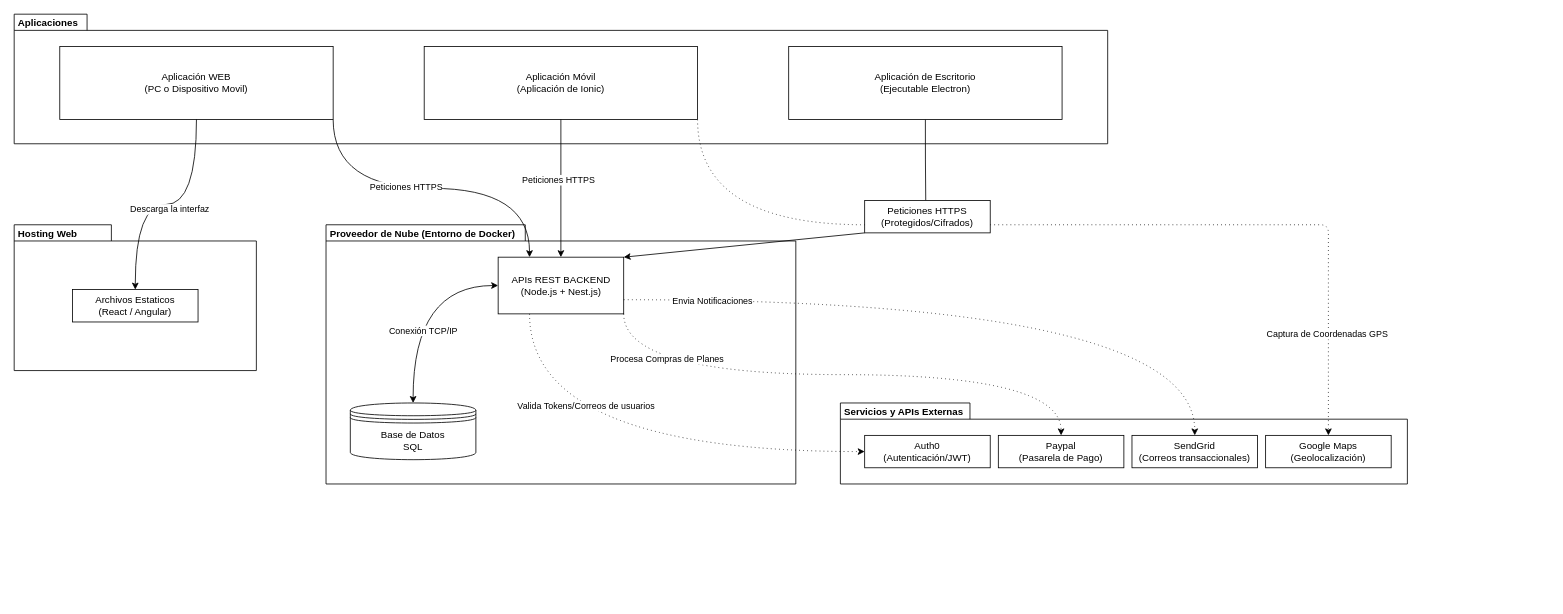
The draw.io diagram Fase 2/Evidencias Proyecto/Evidencias de documentación/4.3 Arquitectura/Diagrama de Arquitectura.drawio in Mtipla/EMRGEN, before the edit. Source tidied: cells renumbered, new cells numbered last; positions are measured from the earlier drawing's top-left corner, leaving out a move shared by most shapes. Both pictures are drawn from the tidied source at 81%, with x=0, y=0 at pixel (14, 14).
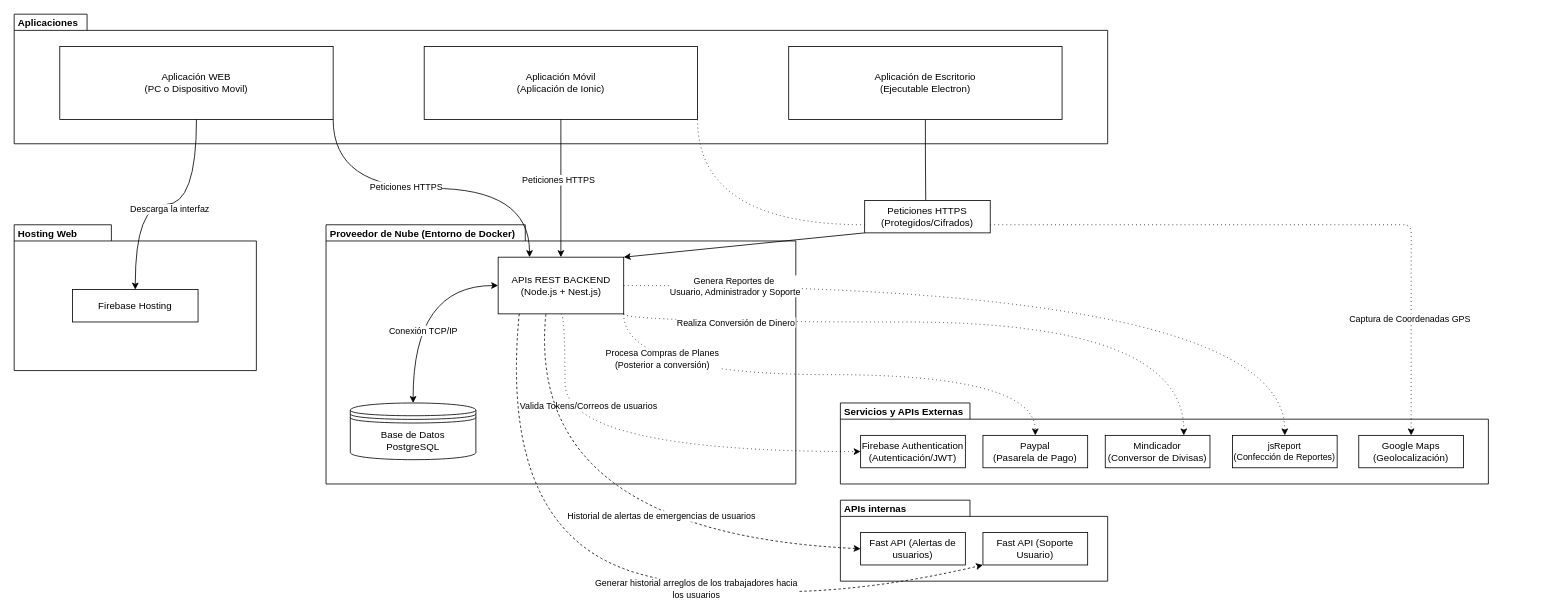
The same page after the edit.

The change refers to these unchanged cells:
```xml
<mxCell id="15" style="group;" parent="1" vertex="1">
  <mxGeometry x="385" y="260" width="580" height="320" as="geometry" />
</mxCell>
<mxCell id="19" value="APIs REST BACKEND&lt;br&gt;(Node.js + Nest.js)" style="html=1;whiteSpace=wrap;" parent="15" vertex="1">
  <mxGeometry x="212.5" y="40" width="155" height="70" as="geometry" />
</mxCell>
<mxCell id="34" style="edgeStyle=orthogonalEdgeStyle;rounded=0;jettySize=auto;html=1;exitX=1;exitY=1;exitDx=0;exitDy=0;entryX=0.5;entryY=0;entryDx=0;entryDy=0;curved=1;dashed=1;dashPattern=1 4;" parent="1" edge="1" source="19" target="6">
  <mxGeometry relative="1" as="geometry" />
</mxCell>
```

The edit, as a diff of the source:
```diff
@@
+    <mxCell id="39" value="APIs internas" style="shape=folder;fontStyle=1;spacingTop=-6;tabWidth=160;tabHeight=20;tabPosition=left;html=1;whiteSpace=wrap;verticalAlign=top;align=left;labelBackgroundColor=none;convertToSvg=0;svgWhiteSpace=wrap;spacing=5;spacingLeft=0;" parent="1" vertex="1">
+      <mxGeometry x="1020" y="600" width="330" height="100" as="geometry" />
+    </mxCell>
+    <mxCell id="40" value="Fast API (Alertas de usuarios)" style="html=1;whiteSpace=wrap;" parent="1" vertex="1">
+      <mxGeometry x="1045" y="640" width="129.3" height="40" as="geometry" />
+    </mxCell>
+    <mxCell id="41" value="Fast API (Soporte Usuario)" style="html=1;whiteSpace=wrap;" parent="1" vertex="1">
+      <mxGeometry x="1196" y="640" width="129.3" height="40" as="geometry" />
+    </mxCell>
@@
-    <mxCell id="3" style="group;" parent="1" vertex="1">
-      <mxGeometry x="1020" y="480" width="875" height="100" as="geometry" />
+    <mxCell id="3" style="group;fontSize=11;" parent="1" vertex="1">
+      <mxGeometry x="1020" y="480" width="800" height="100" as="geometry" />
     </mxCell>
     <mxCell id="4" value="Servicios y APIs Externas" style="shape=folder;fontStyle=1;spacingTop=-6;tabWidth=160;tabHeight=20;tabPosition=left;html=1;whiteSpace=wrap;verticalAlign=top;align=left;labelBackgroundColor=none;convertToSvg=0;svgWhiteSpace=wrap;spacing=5;spacingLeft=0;" parent="3" vertex="1">
-      <mxGeometry width="700" height="100" as="geometry" />
+      <mxGeometry width="800" height="100" as="geometry" />
     </mxCell>
-    <mxCell id="5" value="Auth0&lt;br&gt;(Autenticación/JWT)" style="html=1;whiteSpace=wrap;" parent="3" vertex="1">
-      <mxGeometry x="30" y="40" width="155" height="40" as="geometry" />
+    <mxCell id="5" value="Firebase Authentication&lt;br&gt;(Autenticación/JWT)" style="html=1;whiteSpace=wrap;" parent="3" vertex="1">
+      <mxGeometry x="25" y="40" width="129.3" height="40" as="geometry" />
     </mxCell>
     <mxCell id="6" value="Paypal&lt;br&gt;(Pasarela de Pago)" style="html=1;whiteSpace=wrap;" parent="3" vertex="1">
-      <mxGeometry x="195" y="40" width="155" height="40" as="geometry" />
+      <mxGeometry x="176" y="40" width="129.3" height="40" as="geometry" />
     </mxCell>
-    <mxCell id="7" value="SendGrid&lt;br&gt;(Correos transaccionales)" style="html=1;whiteSpace=wrap;" parent="3" vertex="1">
-      <mxGeometry x="360" y="40" width="155" height="40" as="geometry" />
-    </mxCell>
     <mxCell id="8" value="Google Maps&lt;br&gt;(Geolocalización)" style="html=1;whiteSpace=wrap;" parent="3" vertex="1">
-      <mxGeometry x="525" y="40" width="155" height="40" as="geometry" />
+      <mxGeometry x="640" y="40" width="129.3" height="40" as="geometry" />
     </mxCell>
+    <mxCell id="42" value="Mindicador&lt;br&gt;(Conversor de Divisas)" style="html=1;whiteSpace=wrap;" parent="3" vertex="1">
+      <mxGeometry x="327" y="40" width="129.3" height="40" as="geometry" />
+    </mxCell>
+    <mxCell id="43" value="&lt;font&gt;jsReport&lt;br&gt;(Confección de Reportes)&lt;/font&gt;" style="html=1;whiteSpace=wrap;fontSize=11;" parent="3" vertex="1">
+      <mxGeometry x="484" y="40" width="129.3" height="40" as="geometry" />
+    </mxCell>
@@
-    <mxCell id="20" value="Base de Datos&lt;br&gt;SQL" style="shape=datastore;whiteSpace=wrap;html=1;" parent="15" vertex="1">
+    <mxCell id="20" value="Base de Datos&lt;br&gt;PostgreSQL" style="shape=datastore;whiteSpace=wrap;html=1;" parent="15" vertex="1">
       <mxGeometry x="30" y="220" width="155" height="70" as="geometry" />
     </mxCell>
+    <mxCell id="44" value="Generar historial arreglos de los trabajadores hacia&lt;br&gt;los usuarios" style="endArrow=classic;dashed=1;html=1;rounded=0;entryX=0;entryY=1;entryDx=0;entryDy=0;curved=1;exitX=0.38;exitY=1.005;exitDx=0;exitDy=0;exitPerimeter=0;endFill=1;strokeWidth=1;" parent="15" edge="1" target="41">
+      <mxGeometry x="0.18" y="1" relative="1" as="geometry">
+        <mxPoint x="238.5" y="110" as="sourcePoint" />
+        <Array as="points">
+          <mxPoint x="212.5" y="380" />
+          <mxPoint x="555" y="480" />
+        </Array>
+      </mxGeometry>
+    </mxCell>
-    <mxCell id="21" value="Archivos Estaticos&lt;br&gt;(React / Angular)" style="html=1;whiteSpace=wrap;" parent="1" vertex="1">
+    <mxCell id="21" value="Firebase Hosting" style="html=1;whiteSpace=wrap;" parent="1" vertex="1">
       <mxGeometry x="72" y="340" width="155" height="40" as="geometry" />
     </mxCell>
@@
-    <mxCell id="32" style="edgeStyle=orthogonalEdgeStyle;rounded=0;jettySize=auto;html=1;exitX=1;exitY=0.75;exitDx=0;exitDy=0;entryX=0.5;entryY=0;entryDx=0;entryDy=0;curved=1;dashed=1;dashPattern=1 4;" parent="1" edge="1" source="19" target="7">
-      <mxGeometry relative="1" as="geometry" />
-    </mxCell>
-    <mxCell id="33" value="Envia Notificaciones" style="edgeLabel;html=1;align=center;verticalAlign=middle;" parent="32" vertex="1">
-      <mxGeometry x="-0.75" y="-1" relative="1" as="geometry" />
-    </mxCell>
@@
-    <mxCell id="35" value="Procesa Compras de Planes" style="edgeLabel;html=1;align=center;verticalAlign=middle;" parent="34" vertex="1">
+    <mxCell id="35" value="Procesa Compras de Planes&lt;div&gt;(Posterior a conversión)&lt;/div&gt;" style="edgeLabel;html=1;align=center;verticalAlign=middle;" parent="34" vertex="1">
       <mxGeometry x="-0.63" y="20" relative="1" as="geometry" />
     </mxCell>
-    <mxCell id="36" style="edgeStyle=orthogonalEdgeStyle;rounded=0;jettySize=auto;html=1;exitX=0.25;exitY=1;exitDx=0;exitDy=0;entryX=0;entryY=0.5;entryDx=0;entryDy=0;curved=1;dashed=1;dashPattern=1 4;" parent="1" edge="1" source="19" target="5">
-      <mxGeometry relative="1" as="geometry" />
+    <mxCell id="36" style="edgeStyle=orthogonalEdgeStyle;rounded=0;jettySize=auto;html=1;exitX=0.5;exitY=1;exitDx=0;exitDy=0;curved=1;dashed=1;dashPattern=1 4;entryX=0;entryY=0.5;entryDx=0;entryDy=0;" parent="1" edge="1" source="19" target="5">
+      <mxGeometry x="-0.05" relative="1" as="geometry">
+        <Array as="points">
+          <mxPoint x="680" y="370" />
+          <mxPoint x="680" y="540" />
+        </Array>
+      </mxGeometry>
     </mxCell>
     <mxCell id="37" value="Valida Tokens/Correos de usuarios" style="edgeLabel;html=1;align=center;verticalAlign=middle;" parent="36" vertex="1">
-      <mxGeometry x="-0.18" y="57" relative="1" as="geometry" />
+      <mxGeometry x="-0.25" y="57" relative="1" as="geometry" />
     </mxCell>
@@
+    <mxCell id="45" style="edgeStyle=orthogonalEdgeStyle;rounded=0;jettySize=auto;html=1;exitX=1;exitY=1;exitDx=0;exitDy=0;entryX=0.75;entryY=0;entryDx=0;entryDy=0;curved=1;dashed=1;dashPattern=1 4;" parent="1" edge="1" source="19" target="42">
+      <mxGeometry relative="1" as="geometry">
+        <Array as="points">
+          <mxPoint x="752.5" y="380" />
+          <mxPoint x="1444" y="380" />
+        </Array>
+      </mxGeometry>
+    </mxCell>
+    <mxCell id="46" value="Realiza Conversión de Diner&lt;span style=&quot;background-color: light-dark(#ffffff, var(--ge-dark-color, #121212)); color: light-dark(rgb(0, 0, 0), rgb(255, 255, 255));&quot;&gt;o&lt;/span&gt;" style="edgeLabel;html=1;align=center;verticalAlign=middle;" parent="45" vertex="1">
+      <mxGeometry x="-0.63" y="20" relative="1" as="geometry">
+        <mxPoint x="-8" y="20" as="offset" />
+      </mxGeometry>
+    </mxCell>
+    <mxCell id="47" style="edgeStyle=orthogonalEdgeStyle;rounded=0;jettySize=auto;html=1;exitX=1;exitY=0.5;exitDx=0;exitDy=0;entryX=0.5;entryY=0;entryDx=0;entryDy=0;curved=1;dashed=1;dashPattern=1 4;" parent="1" edge="1" source="19" target="43">
+      <mxGeometry relative="1" as="geometry" />
+    </mxCell>
+    <mxCell id="48" value="Genera Reportes de&amp;nbsp;&lt;div&gt;Usuario, Administrador y Soporte&lt;/div&gt;" style="edgeLabel;html=1;align=center;verticalAlign=middle;" parent="47" vertex="1">
+      <mxGeometry x="-0.41" y="-8" relative="1" as="geometry">
+        <mxPoint x="-158" y="-8" as="offset" />
+      </mxGeometry>
+    </mxCell>
+    <mxCell id="49" value="Historial de alertas de emergencias de usuarios" style="endArrow=classic;dashed=1;html=1;rounded=0;entryX=0;entryY=0.5;entryDx=0;entryDy=0;curved=1;exitX=0.38;exitY=1.005;exitDx=0;exitDy=0;exitPerimeter=0;endFill=1;strokeWidth=1;" parent="1" edge="1" source="19" target="40">
+      <mxGeometry x="0.28" y="28" relative="1" as="geometry">
+        <Array as="points">
+          <mxPoint x="630" y="640" />
+        </Array>
+      </mxGeometry>
+    </mxCell>
```
